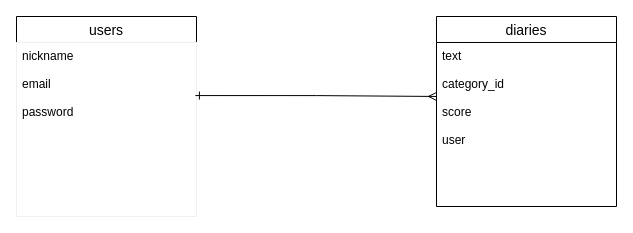
The draw.io diagram diary.dio in pieropieropiero/fun_diary_5, before the edit. Source tidied: cells renumbered, new cells numbered last; positions are measured from the earlier drawing's top-left corner, leaving out a move shared by most shapes. Both pictures are drawn from the tidied source at 100%, with x=0, y=0 at pixel (16, 16).
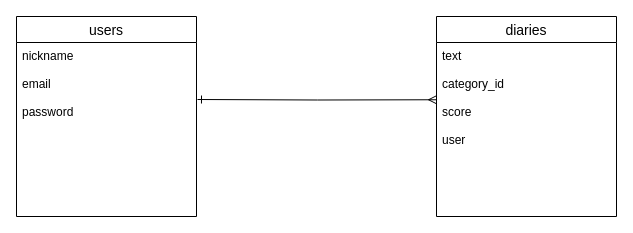
The same diagram, later.

What changed in the source:
```diff
@@
 <mxGraphModel>
   <root>
     <mxCell id="0" />
     <mxCell id="1" parent="0" />
     <mxCell id="2" value="users" style="swimlane;fontStyle=0;horizontal=1;startSize=26;align=center;fontSize=14;" parent="1" vertex="1">
       <mxGeometry width="180" height="200" as="geometry" />
     </mxCell>
-    <mxCell id="3" value="nickname&#10;&#10;email&#10;&#10;password" style="text;fillColor=none;spacingLeft=4;spacingRight=4;overflow=hidden;points=[[0,0.5],[1,0.5]];portConstraint=eastwest;fontSize=12;strokeColor=#f0f0f0;" parent="2" vertex="1">
+    <mxCell id="3" value="nickname&#10;&#10;email&#10;&#10;password" style="text;strokeColor=none;fillColor=none;spacingLeft=4;spacingRight=4;overflow=hidden;points=[[0,0.5],[1,0.5]];portConstraint=eastwest;fontSize=12;" parent="2" vertex="1">
       <mxGeometry y="26" width="180" height="174" as="geometry" />
     </mxCell>
     <mxCell id="4" value="diaries" style="swimlane;fontStyle=0;horizontal=1;startSize=26;align=center;fontSize=14;" parent="1" vertex="1">
-      <mxGeometry x="420" width="180" height="190" as="geometry" />
+      <mxGeometry x="420" width="180" height="200" as="geometry" />
     </mxCell>
     <mxCell id="5" value="text&#10;&#10;category_id&#10;&#10;score&#10;&#10;user" style="text;strokeColor=none;fillColor=none;spacingLeft=4;spacingRight=4;overflow=hidden;points=[[0,0.5],[1,0.5]];portConstraint=eastwest;fontSize=12;" parent="4" vertex="1">
-      <mxGeometry y="26" width="180" height="164" as="geometry" />
+      <mxGeometry y="26" width="180" height="174" as="geometry" />
     </mxCell>
-    <mxCell id="6" style="edgeStyle=orthogonalEdgeStyle;rounded=0;jettySize=auto;html=1;exitX=0.994;exitY=0.305;exitDx=0;exitDy=0;entryX=0;entryY=0.329;entryDx=0;entryDy=0;endArrow=ERmany;endFill=0;startArrow=ERone;startFill=0;entryPerimeter=0;exitPerimeter=0;" parent="1" edge="1" source="3" target="5">
-      <mxGeometry relative="1" as="geometry" />
+    <mxCell id="6" style="edgeStyle=orthogonalEdgeStyle;rounded=0;jettySize=auto;html=1;entryX=0;entryY=0.329;entryDx=0;entryDy=0;endArrow=ERmany;endFill=0;startArrow=ERone;startFill=0;entryPerimeter=0;" parent="1" edge="1" target="5">
+      <mxGeometry relative="1" as="geometry">
+        <mxPoint x="181" y="83" as="sourcePoint" />
+      </mxGeometry>
     </mxCell>
   </root>
 </mxGraphModel>
```
